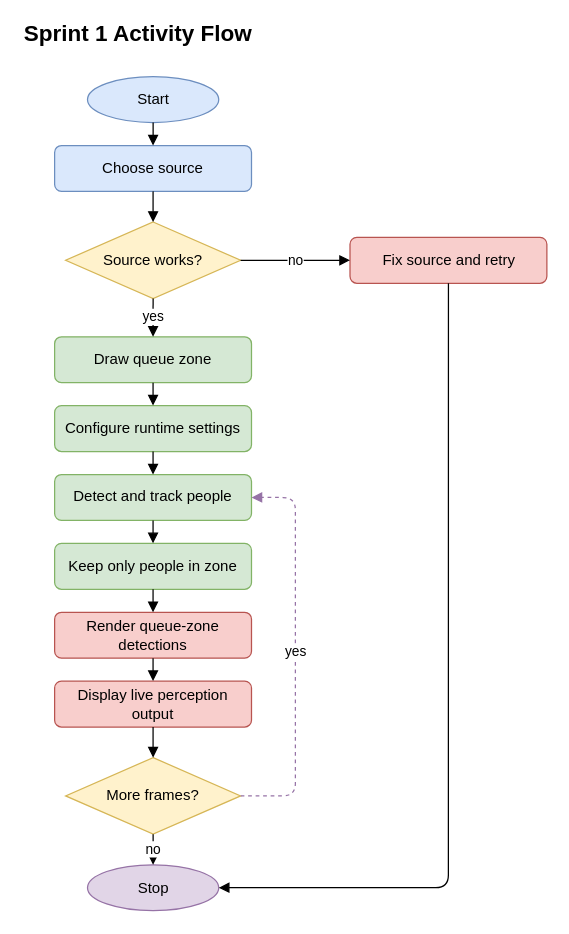
This is report-latex/figures/drawio/sprint1_activity.drawio from Salmen-BA21/Queue-Wait-Time-Estimation, a draw.io file, before an edit. Source tidied: cells renumbered, new cells numbered last; positions are measured from the earlier drawing's top-left corner, leaving out a move shared by most shapes. Both pictures are drawn from the tidied source at 125%, with x=0, y=0 at pixel (21, 22).
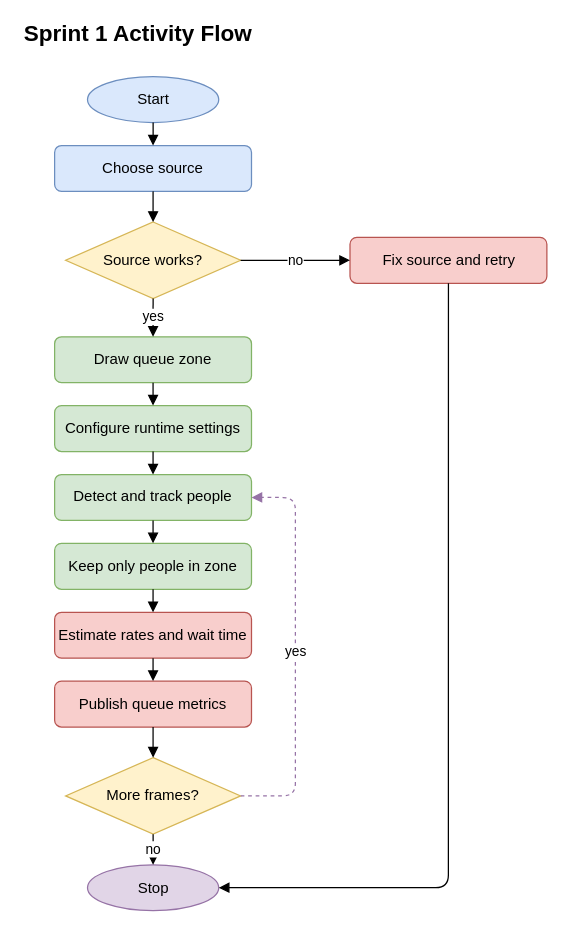
Above is the later version.

The change refers to these unchanged cells:
```xml
<mxCell id="2" style="group;" parent="1" vertex="1">
  <mxGeometry width="420" height="710" as="geometry" />
</mxCell>
```

What changed in the source:
```diff
@@
-    <mxCell id="11" value="Render queue-zone detections" style="rounded=1;whiteSpace=wrap;html=1;fillColor=#f8cecc;strokeColor=#b85450;" parent="2" vertex="1">
+    <mxCell id="11" value="Estimate rates and wait time" style="rounded=1;whiteSpace=wrap;html=1;fillColor=#f8cecc;strokeColor=#b85450;" parent="2" vertex="1">
       <mxGeometry x="26.2" y="471.3" width="157.5" height="36.7" as="geometry" />
     </mxCell>
-    <mxCell id="12" value="Display live perception output" style="rounded=1;whiteSpace=wrap;html=1;fillColor=#f8cecc;strokeColor=#b85450;" parent="2" vertex="1">
+    <mxCell id="12" value="Publish queue metrics" style="rounded=1;whiteSpace=wrap;html=1;fillColor=#f8cecc;strokeColor=#b85450;" parent="2" vertex="1">
       <mxGeometry x="26.2" y="526.4" width="157.5" height="36.7" as="geometry" />
     </mxCell>
```
